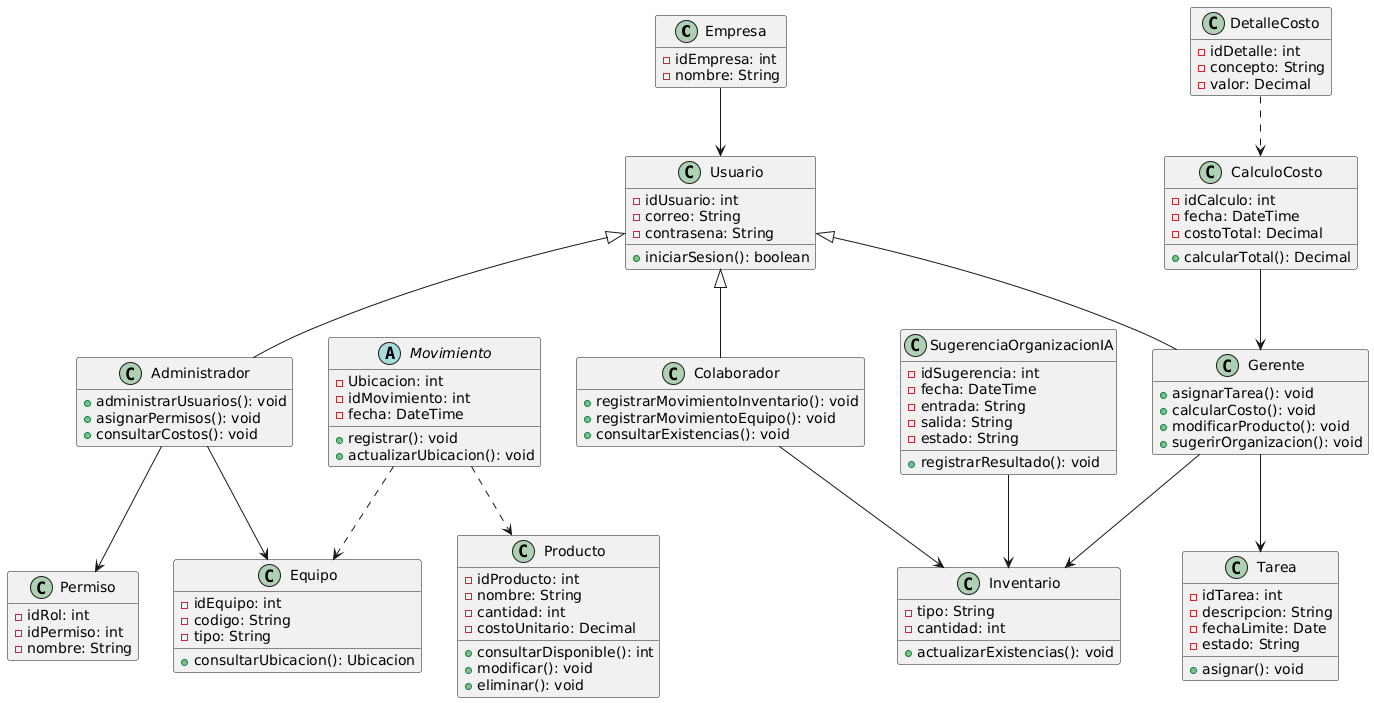
Before: docs/diagrams/diagrama de clases UML.png, a diagram exported from PlantUML (kevin20056/gerstock-system). Source of this version:
```plantuml
@startuml
hide empty members

class Empresa {
 -idEmpresa: int
 -nombre: String
}

class Usuario {
 -idUsuario: int
 -correo: String
 -contrasena: String
 +iniciarSesion(): boolean
}

class Administrador {
 +administrarUsuarios(): void
 +asignarPermisos(): void
 +consultarCostos(): void
}

class Colaborador {
 +registrarMovimientoInventario(): void
 +registrarMovimientoEquipo(): void
 +consultarExistencias(): void
}

class Gerente {
 +asignarTarea(): void
 +calcularCosto(): void
 +modificarProducto(): void
 +sugerirOrganizacion(): void
}

class Permiso {
 -idRol: int
 -idPermiso: int
 -nombre: String
}
class Producto {
 -idProducto: int
 -nombre: String
 -cantidad: int
 -costoUnitario: Decimal
 +consultarDisponible(): int
 +modificar(): void
 +eliminar(): void
}
class Equipo {
 -idEquipo: int
 -codigo: String
 -tipo: String
 +consultarUbicacion(): Ubicacion
}

abstract class Movimiento {
 -Ubicacion: int
 -idMovimiento: int
 -fecha: DateTime
 +registrar(): void
 +actualizarUbicacion(): void
}
class Inventario {
 -tipo: String
 -cantidad: int
 +actualizarExistencias(): void
}


class Tarea {
 -idTarea: int
 -descripcion: String
 -fechaLimite: Date
 -estado: String
 +asignar(): void
}
class CalculoCosto {
 -idCalculo: int
 -fecha: DateTime
 -costoTotal: Decimal
 +calcularTotal(): Decimal
}

class DetalleCosto {
 -idDetalle: int
 -concepto: String
 -valor: Decimal
}
class SugerenciaOrganizacionIA {
 -idSugerencia: int
 -fecha: DateTime
 -entrada: String
 -salida: String
 -estado: String
 +registrarResultado(): void
}

Empresa --> Usuario
Usuario <|-- Gerente
Usuario <|-- Colaborador
Usuario <|-- Administrador
Administrador --> Permiso
Administrador --> Equipo
Movimiento ..> Equipo
Movimiento ..> Producto
Gerente --> Inventario
Colaborador --> Inventario
Gerente --> Tarea
SugerenciaOrganizacionIA --> Inventario
CalculoCosto --> Gerente
DetalleCosto ..> CalculoCosto
@enduml
```
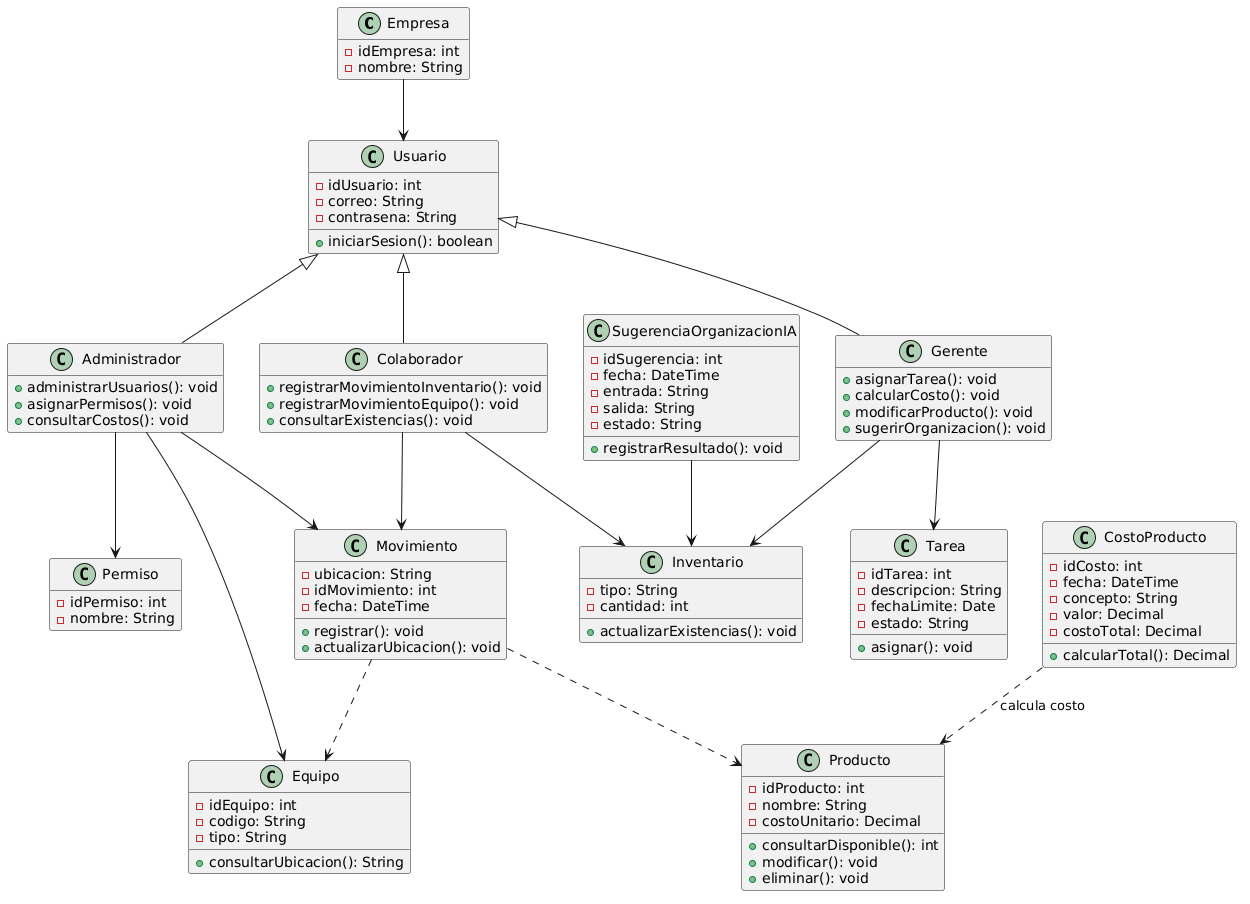
The same file after the commit.

Change to the diagram source:
```diff
@@ -33,39 +33,39 @@
 }
 
 class Permiso {
- -idRol: int
  -idPermiso: int
  -nombre: String
 }
+
 class Producto {
  -idProducto: int
  -nombre: String
- -cantidad: int
  -costoUnitario: Decimal
  +consultarDisponible(): int
  +modificar(): void
  +eliminar(): void
 }
+
 class Equipo {
  -idEquipo: int
  -codigo: String
  -tipo: String
- +consultarUbicacion(): Ubicacion
+ +consultarUbicacion(): String
 }
 
-abstract class Movimiento {
- -Ubicacion: int
+class Movimiento {
+ -ubicacion: String
  -idMovimiento: int
  -fecha: DateTime
  +registrar(): void
  +actualizarUbicacion(): void
 }
+
 class Inventario {
  -tipo: String
  -cantidad: int
  +actualizarExistencias(): void
 }
-
 
 class Tarea {
  -idTarea: int
@@ -74,18 +74,16 @@
  -estado: String
  +asignar(): void
 }
-class CalculoCosto {
- -idCalculo: int
+
+class CostoProducto {
+ -idCosto: int
  -fecha: DateTime
+ -concepto: String
+ -valor: Decimal
  -costoTotal: Decimal
  +calcularTotal(): Decimal
 }
 
-class DetalleCosto {
- -idDetalle: int
- -concepto: String
- -valor: Decimal
-}
 class SugerenciaOrganizacionIA {
  -idSugerencia: int
  -fecha: DateTime
@@ -96,17 +94,25 @@
 }
 
 Empresa --> Usuario
+
 Usuario <|-- Gerente
 Usuario <|-- Colaborador
 Usuario <|-- Administrador
+
 Administrador --> Permiso
 Administrador --> Equipo
+Administrador --> Movimiento
+
+Colaborador --> Inventario
+Colaborador --> Movimiento
+
 Movimiento ..> Equipo
 Movimiento ..> Producto
+
 Gerente --> Inventario
-Colaborador --> Inventario
 Gerente --> Tarea
+
 SugerenciaOrganizacionIA --> Inventario
-CalculoCosto --> Gerente
-DetalleCosto ..> CalculoCosto
+
+CostoProducto ..> Producto : calcula costo
 @enduml
```
